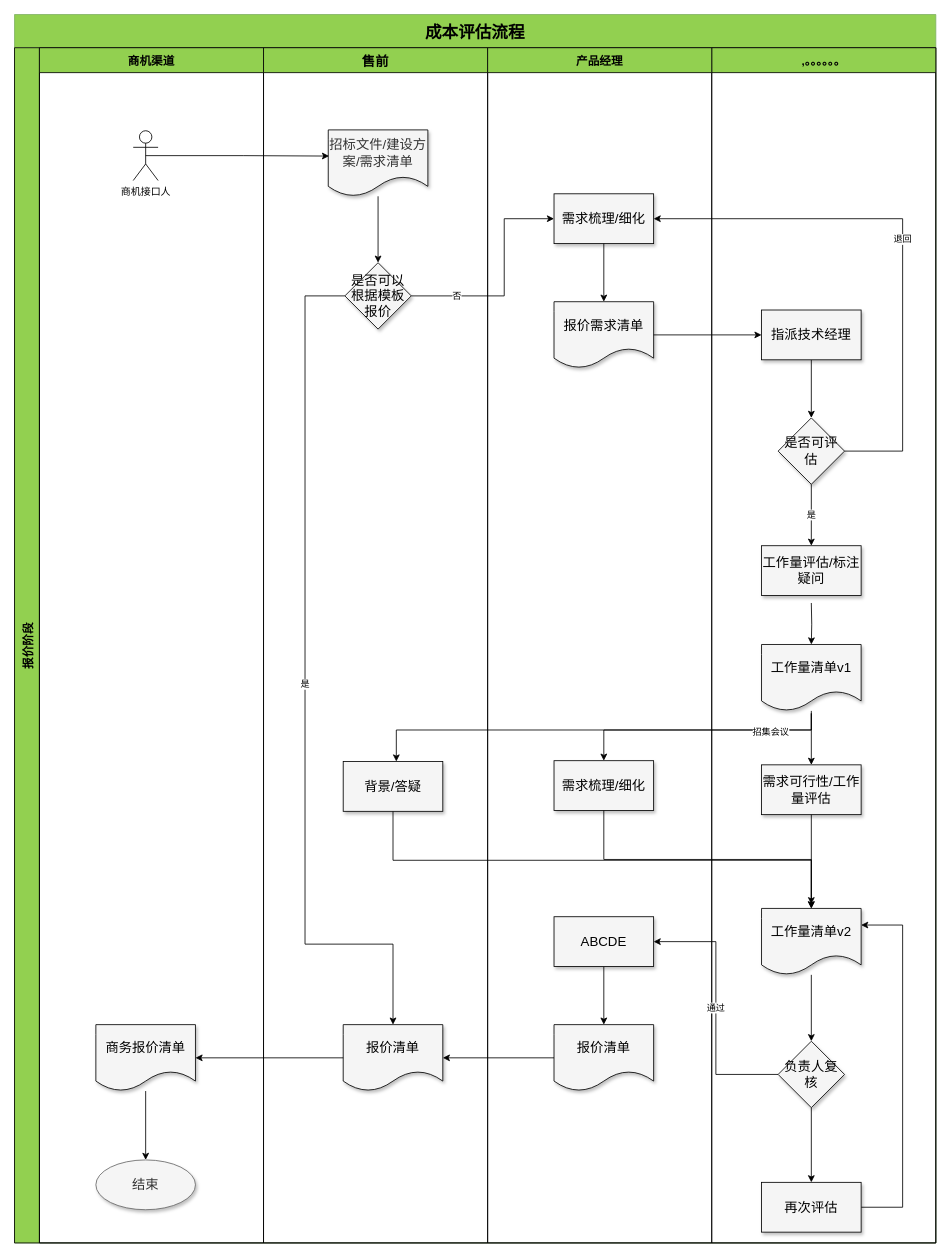
This is 成本评估.drawio from it-coder/diagram, a draw.io file, before an edit. Source tidied: cells renumbered, new cells numbered last; positions are measured from the earlier drawing's top-left corner, leaving out a move shared by most shapes. Both pictures are drawn from the tidied source at 83%, with x=0, y=0 at pixel (14, 14).
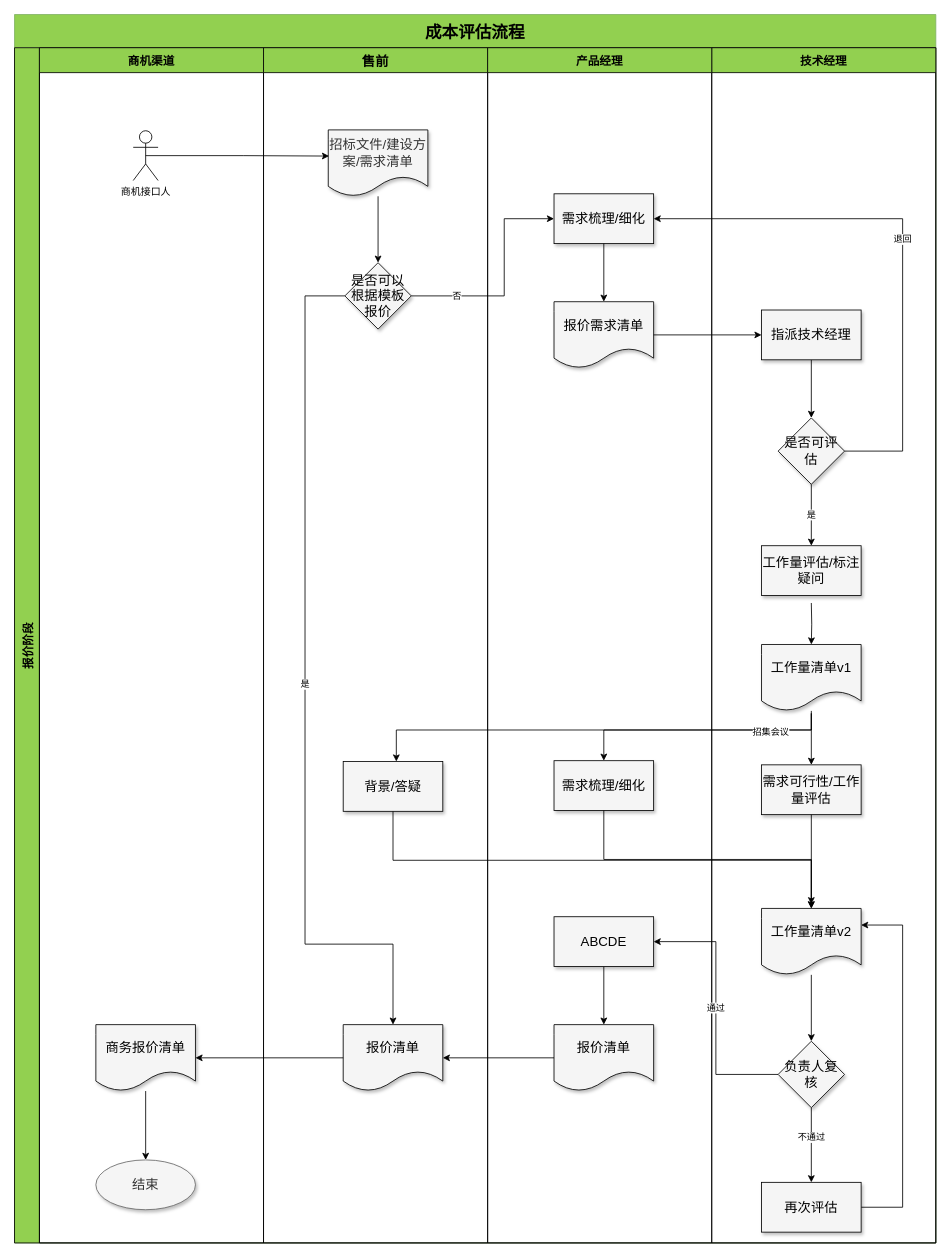
After the change.

Commit message:
更新成本评估.drawio

Unchanged cells that the change refers to:
```xml
<mxCell id="3" value="报价阶段" style="swimlane;startSize=30;horizontal=0;fillColor=#92D050;fontSize=14;" parent="2" vertex="1">
  <mxGeometry y="40" width="1110" height="1440" as="geometry" />
</mxCell>
<mxCell id="19" style="edgeStyle=orthogonalEdgeStyle;rounded=0;jettySize=auto;html=1;" parent="9" edge="1" source="20" target="22">
  <mxGeometry relative="1" as="geometry" />
</mxCell>
```

Diff of the diagram source:
```diff
@@
-    <mxCell id="9" value=",。。。。。。" style="swimlane;fillColor=#92D050;fontSize=14;startSize=30;" parent="3" vertex="1">
+    <mxCell id="9" value="技术经理" style="swimlane;fillColor=#92D050;fontSize=14;startSize=30;" parent="3" vertex="1">
       <mxGeometry x="840" width="270" height="1440" as="geometry" />
     </mxCell>
@@
+    <mxCell id="54" value="不通过" style="edgeLabel;html=1;align=center;verticalAlign=middle;" parent="19" vertex="1">
+      <mxGeometry x="-0.23" y="-1" relative="1" as="geometry" />
+    </mxCell>
```
